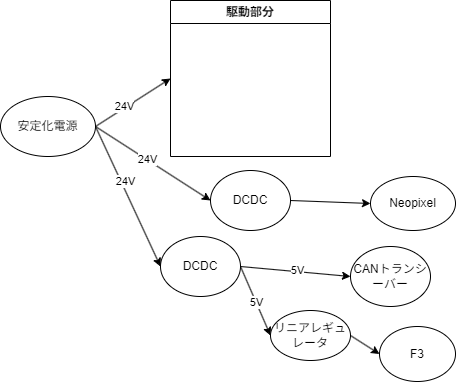
The draw.io diagram MD_Power.drawio.png in ladledaemon/UFO_Catcher_drawio, before a commit. Source tidied: cells renumbered, new cells last; positions are measured from the earlier drawing's top-left corner, leaving out a move shared by most shapes.
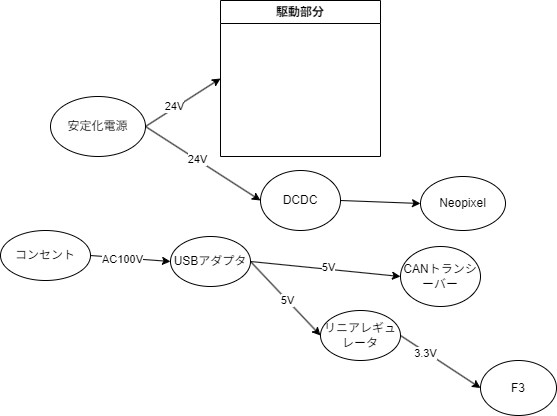
Later version of the same file.

What changed in the source:
```diff
@@ -2,14 +2,14 @@
   <root>
     <mxCell id="0" />
     <mxCell id="1" parent="0" />
-    <mxCell id="2" style="edgeStyle=none;html=1;entryX=0;entryY=0.5;entryDx=0;entryDy=0;exitX=1;exitY=0.5;exitDx=0;exitDy=0;" parent="1" edge="1" source="9" target="6">
+    <mxCell id="2" style="edgeStyle=none;html=1;entryX=0;entryY=0.5;entryDx=0;entryDy=0;exitX=1;exitY=0.5;exitDx=0;exitDy=0;" parent="1" edge="1" source="26" target="6">
       <mxGeometry relative="1" as="geometry" />
     </mxCell>
     <mxCell id="3" value="5V" style="edgeLabel;html=1;align=center;verticalAlign=middle;" parent="2" vertex="1">
       <mxGeometry x="0.03" y="2" relative="1" as="geometry" />
     </mxCell>
     <mxCell id="4" value="F3" style="ellipse;whiteSpace=wrap;html=1;" parent="1" vertex="1">
-      <mxGeometry x="379" y="326" width="76" height="55" as="geometry" />
+      <mxGeometry x="430" y="360" width="76" height="55" as="geometry" />
     </mxCell>
     <mxCell id="5" value="Neopixel" style="ellipse;whiteSpace=wrap;html=1;" parent="1" vertex="1">
       <mxGeometry x="370" y="176" width="85" height="54" as="geometry" />
@@ -17,23 +17,12 @@
     <mxCell id="6" value="CANトランシーバー" style="ellipse;whiteSpace=wrap;html=1;" parent="1" vertex="1">
       <mxGeometry x="350" y="246" width="80" height="60" as="geometry" />
     </mxCell>
-    <mxCell id="7" style="edgeStyle=none;html=1;exitX=1;exitY=0.5;exitDx=0;exitDy=0;entryX=0;entryY=0.5;entryDx=0;entryDy=0;" parent="1" edge="1" source="9" target="19">
+    <mxCell id="7" style="edgeStyle=none;html=1;exitX=1;exitY=0.5;exitDx=0;exitDy=0;entryX=0;entryY=0.5;entryDx=0;entryDy=0;" parent="1" edge="1" source="26" target="19">
       <mxGeometry relative="1" as="geometry" />
     </mxCell>
     <mxCell id="8" value="5V" style="edgeLabel;html=1;align=center;verticalAlign=middle;" parent="7" vertex="1">
       <mxGeometry x="0.04" relative="1" as="geometry" />
     </mxCell>
-    <mxCell id="9" value="DCDC" style="ellipse;whiteSpace=wrap;html=1;" parent="1" vertex="1">
-      <mxGeometry x="160" y="236" width="80" height="60" as="geometry" />
-    </mxCell>
-    <mxCell id="10" style="edgeStyle=none;html=1;exitX=1;exitY=0.5;exitDx=0;exitDy=0;entryX=0;entryY=0.5;entryDx=0;entryDy=0;" parent="1" edge="1" source="16" target="9">
-      <mxGeometry relative="1" as="geometry" />
-    </mxCell>
-    <mxCell id="11" value="24V" style="edgeLabel;html=1;align=center;verticalAlign=middle;" parent="10" vertex="1">
-      <mxGeometry x="-0.2" y="3" relative="1" as="geometry">
-        <mxPoint x="1" as="offset" />
-      </mxGeometry>
-    </mxCell>
     <mxCell id="12" style="edgeStyle=none;html=1;exitX=1;exitY=0.5;exitDx=0;exitDy=0;entryX=0;entryY=0.5;entryDx=0;entryDy=0;" parent="1" edge="1" source="16" target="17">
       <mxGeometry relative="1" as="geometry" />
     </mxCell>
@@ -55,6 +44,9 @@
     <mxCell id="18" style="edgeStyle=none;html=1;entryX=0;entryY=0.5;entryDx=0;entryDy=0;exitX=1;exitY=0.5;exitDx=0;exitDy=0;" parent="1" edge="1" source="19" target="4">
       <mxGeometry relative="1" as="geometry" />
     </mxCell>
+    <mxCell id="22" value="3.3V" style="edgeLabel;html=1;align=center;verticalAlign=middle;" parent="18" vertex="1">
+      <mxGeometry x="-0.38" y="-1" relative="1" as="geometry" />
+    </mxCell>
     <mxCell id="19" value="リニアレギュレータ" style="ellipse;whiteSpace=wrap;html=1;" parent="1" vertex="1">
       <mxGeometry x="270" y="310" width="80" height="50" as="geometry" />
     </mxCell>
@@ -64,5 +56,17 @@
     <mxCell id="21" value="DCDC" style="ellipse;whiteSpace=wrap;html=1;" parent="1" vertex="1">
       <mxGeometry x="210" y="170" width="80" height="60" as="geometry" />
     </mxCell>
+    <mxCell id="23" style="edgeStyle=none;html=1;exitX=1;exitY=0.5;exitDx=0;exitDy=0;entryX=0;entryY=0.5;entryDx=0;entryDy=0;" parent="1" edge="1" source="25" target="26">
+      <mxGeometry relative="1" as="geometry" />
+    </mxCell>
+    <mxCell id="24" value="AC100V" style="edgeLabel;html=1;align=center;verticalAlign=middle;" parent="23" vertex="1">
+      <mxGeometry x="-0.21" y="-1" relative="1" as="geometry" />
+    </mxCell>
+    <mxCell id="25" value="コンセント" style="ellipse;whiteSpace=wrap;html=1;" parent="1" vertex="1">
+      <mxGeometry x="-50" y="230" width="90" height="50" as="geometry" />
+    </mxCell>
+    <mxCell id="26" value="USBアダプタ" style="ellipse;whiteSpace=wrap;html=1;" parent="1" vertex="1">
+      <mxGeometry x="120" y="236" width="80" height="50" as="geometry" />
+    </mxCell>
   </root>
 </mxGraphModel>
```
